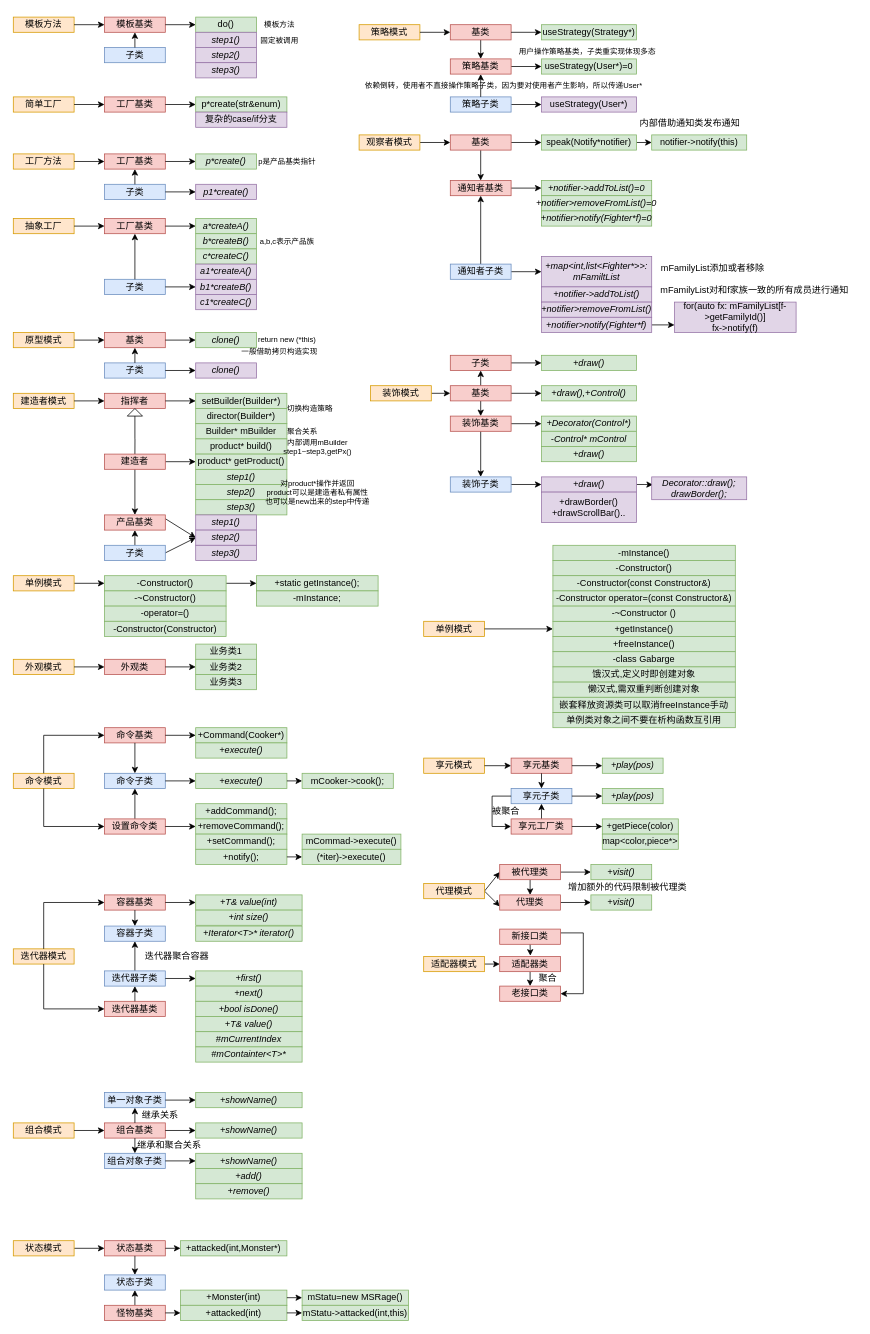
The draw.io diagram designMode.drawio in chenbei97/C--DesignMode, before the edit. Source tidied: cells renumbered, new cells numbered last; positions are measured from the earlier drawing's top-left corner, leaving out a move shared by most shapes. Both pictures are drawn from the tidied source at 76%, with x=0, y=0 at pixel (13, 13).
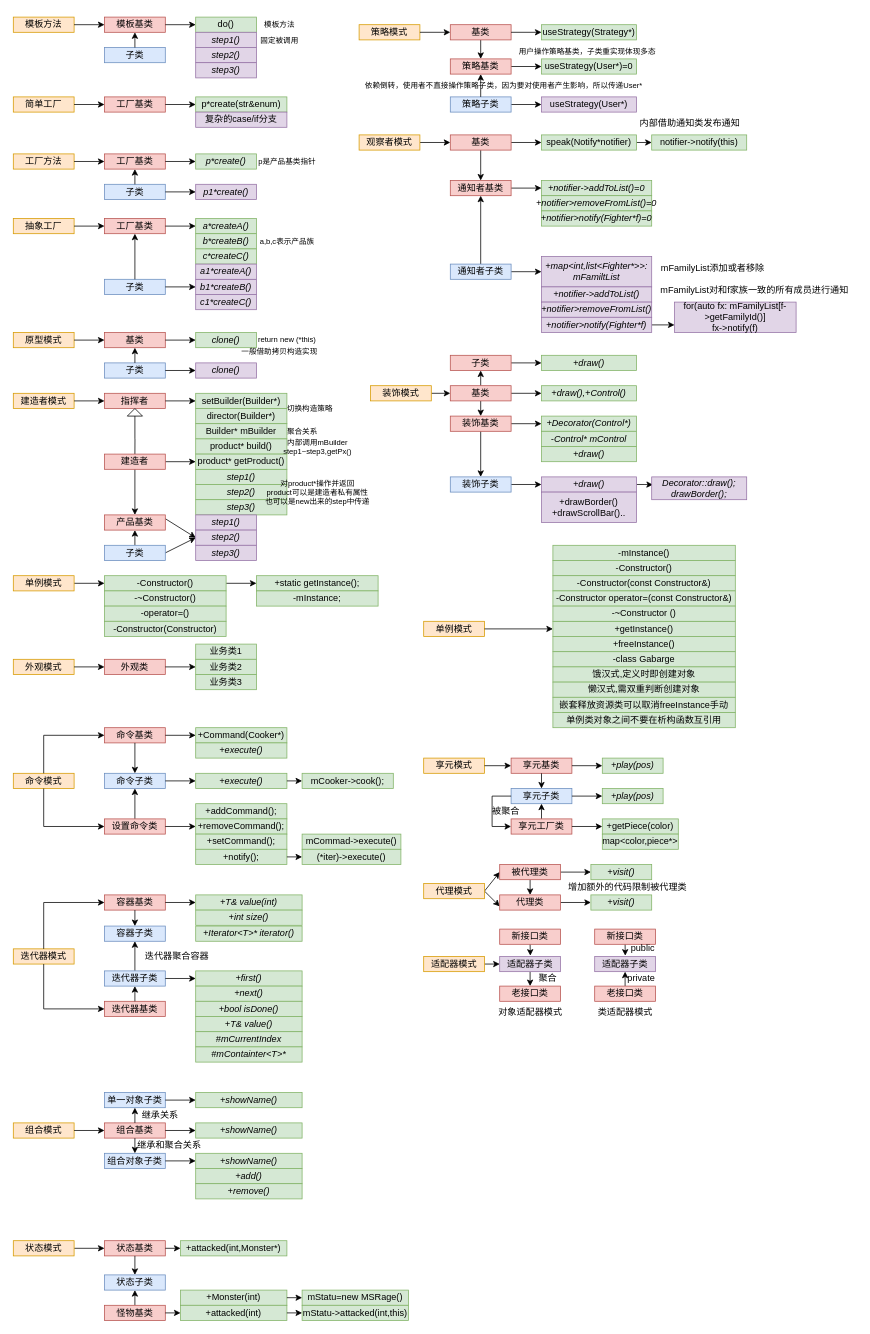
Above is the later version.

Unchanged cells that the change refers to:
```xml
<mxCell id="299" value="新接口类" style="whiteSpace=wrap;html=1;fillColor=#f8cecc;strokeColor=#b85450;" parent="1" vertex="1">
  <mxGeometry x="640" y="1205" width="80" height="20" as="geometry" />
</mxCell>
<mxCell id="302" value="老接口类" style="whiteSpace=wrap;html=1;fillColor=#f8cecc;strokeColor=#b85450;" parent="1" vertex="1">
  <mxGeometry x="640" y="1280" width="80" height="20" as="geometry" />
</mxCell>
```

What changed in the source:
```diff
@@
-    <mxCell id="298" style="edgeStyle=orthogonalEdgeStyle;html=1;exitX=1;exitY=0.25;exitDx=0;exitDy=0;rounded=0;entryX=1;entryY=0.5;entryDx=0;entryDy=0;" parent="1" edge="1" source="299" target="302">
-      <mxGeometry relative="1" as="geometry">
-        <Array as="points">
-          <mxPoint x="750" y="1210" />
-          <mxPoint x="750" y="1290" />
-        </Array>
-      </mxGeometry>
-    </mxCell>
@@
-    <mxCell id="301" value="适配器类" style="whiteSpace=wrap;html=1;fillColor=#f8cecc;strokeColor=#b85450;" parent="1" vertex="1">
+    <mxCell id="301" value="适配器子类" style="whiteSpace=wrap;html=1;fillColor=#e1d5e7;strokeColor=#9673a6;" parent="1" vertex="1">
       <mxGeometry x="640" y="1241" width="80" height="20" as="geometry" />
     </mxCell>
@@
+    <mxCell id="304" style="edgeStyle=none;html=1;exitX=0.5;exitY=1;exitDx=0;exitDy=0;" parent="1" edge="1" source="305">
+      <mxGeometry relative="1" as="geometry">
+        <mxPoint x="805.2" y="1240" as="targetPoint" />
+      </mxGeometry>
+    </mxCell>
+    <mxCell id="305" value="新接口类" style="whiteSpace=wrap;html=1;fillColor=#f8cecc;strokeColor=#b85450;" parent="1" vertex="1">
+      <mxGeometry x="765" y="1205" width="80" height="20" as="geometry" />
+    </mxCell>
+    <mxCell id="306" value="适配器子类" style="whiteSpace=wrap;html=1;fillColor=#e1d5e7;strokeColor=#9673a6;" parent="1" vertex="1">
+      <mxGeometry x="765" y="1241" width="80" height="20" as="geometry" />
+    </mxCell>
+    <mxCell id="307" style="edgeStyle=none;html=1;exitX=0.5;exitY=0;exitDx=0;exitDy=0;entryX=0.5;entryY=1;entryDx=0;entryDy=0;" parent="1" edge="1" source="308" target="306">
+      <mxGeometry relative="1" as="geometry" />
+    </mxCell>
+    <mxCell id="308" value="老接口类" style="whiteSpace=wrap;html=1;fillColor=#f8cecc;strokeColor=#b85450;" parent="1" vertex="1">
+      <mxGeometry x="765" y="1280" width="80" height="20" as="geometry" />
+    </mxCell>
+    <mxCell id="309" value="private" style="text;html=1;align=center;verticalAlign=middle;strokeColor=none;fillColor=none;" parent="1" vertex="1">
+      <mxGeometry x="798" y="1255" width="55" height="30" as="geometry" />
+    </mxCell>
+    <mxCell id="310" value="public" style="text;html=1;align=center;verticalAlign=middle;strokeColor=none;fillColor=none;" parent="1" vertex="1">
+      <mxGeometry x="803" y="1215" width="50" height="30" as="geometry" />
+    </mxCell>
+    <mxCell id="311" value="对象适配器模式" style="text;html=1;align=center;verticalAlign=middle;strokeColor=none;fillColor=none;" parent="1" vertex="1">
+      <mxGeometry x="627.5" y="1300" width="105" height="30" as="geometry" />
+    </mxCell>
+    <mxCell id="312" value="类适配器模式" style="text;html=1;align=center;verticalAlign=middle;strokeColor=none;fillColor=none;" parent="1" vertex="1">
+      <mxGeometry x="757.5" y="1300" width="95" height="30" as="geometry" />
+    </mxCell>
```
